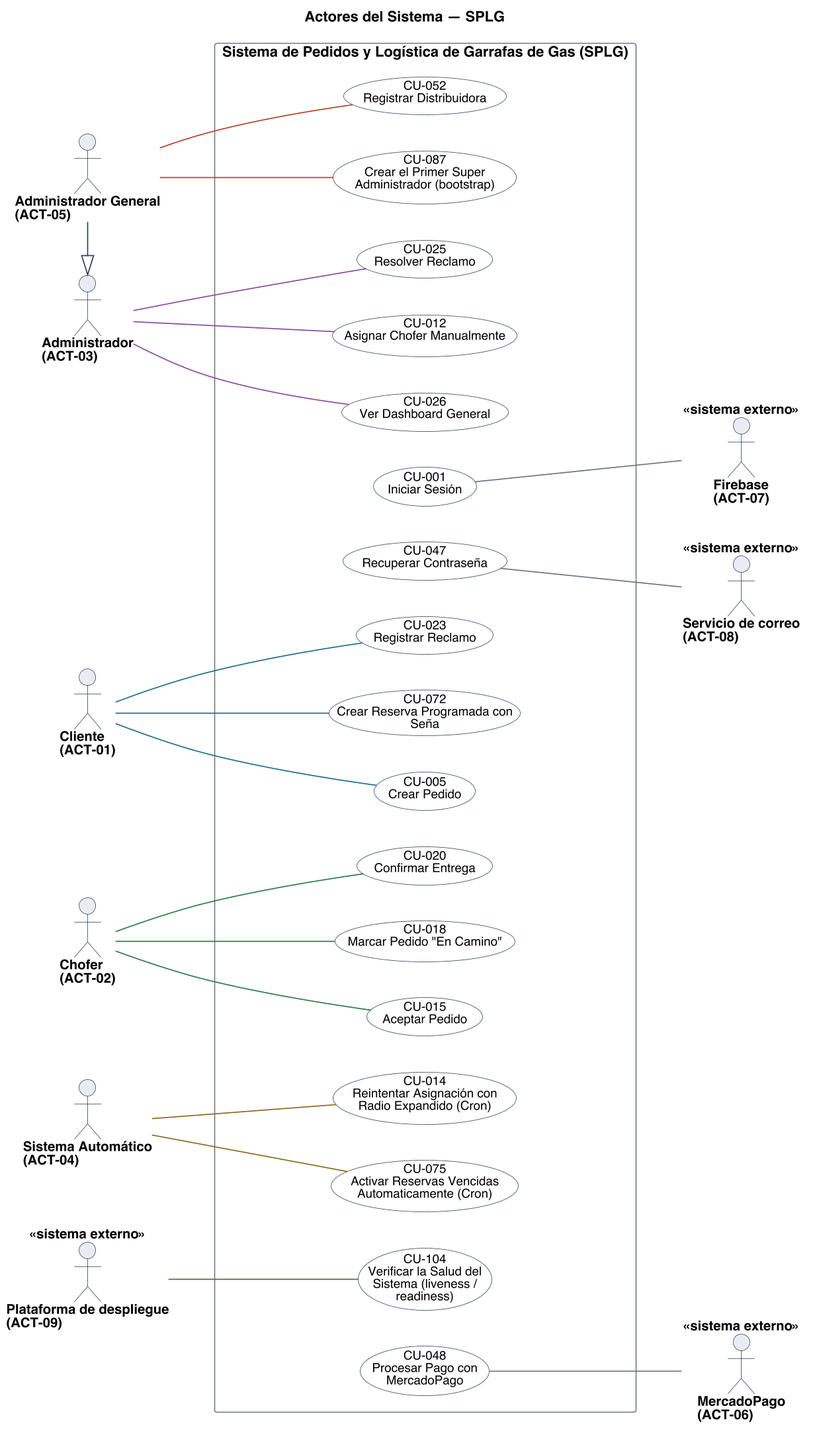
Above: diagramas/uml/CU_Sistema_Actores.png in Nahuelito-Dev/splg-docs (PlantUML), before the change. Source of this version:
```plantuml
@startuml
title Actores del Sistema — SPLG
left to right direction
skinparam backgroundColor #FFFFFF
skinparam shadowing false
skinparam defaultFontName Helvetica
skinparam defaultFontSize 13
skinparam dpi 150
skinparam ArrowColor #2C4257
skinparam ArrowThickness 1.1
skinparam actor {
  BorderColor #2C4257
  BackgroundColor #E8EDF2
  FontSize 13
  FontStyle bold
}
skinparam usecase {
  BorderColor #2C4257
  BackgroundColor #FFFFFF
  FontSize 12
}
skinparam rectangle {
  BorderColor #6B7683
  FontSize 14
  FontStyle bold
}

actor "Cliente\n(ACT-01)" as A01
actor "Chofer\n(ACT-02)" as A02
actor "Administrador\n(ACT-03)" as A03
actor "Administrador General\n(ACT-05)" as A05
actor "Sistema Automático\n(ACT-04)" as A04
actor "MercadoPago\n(ACT-06)" as A06 <<sistema externo>>
actor "Firebase\n(ACT-07)" as A07 <<sistema externo>>
actor "Servicio de correo\n(ACT-08)" as A08 <<sistema externo>>
actor "Plataforma de despliegue\n(ACT-09)" as A09 <<sistema externo>>

rectangle "Sistema de Pedidos y Logística de Garrafas de Gas (SPLG)" {
  usecase "CU-001\nIniciar Sesión" as U001 #back:FFFFFF;line:2C4257
  usecase "CU-005\nCrear Pedido" as U005 #back:FFFFFF;line:2C4257
  usecase "CU-012\nAsignar Chofer Manualmente" as U012 #back:FFFFFF;line:2C4257
  usecase "CU-014\nReintentar Asignación con\nRadio Expandido (Cron)" as U014 #back:FFFFFF;line:2C4257
  usecase "CU-015\nAceptar Pedido" as U015 #back:FFFFFF;line:2C4257
  usecase "CU-018\nMarcar Pedido "En Camino"" as U018 #back:FFFFFF;line:2C4257
  usecase "CU-020\nConfirmar Entrega" as U020 #back:FFFFFF;line:2C4257
  usecase "CU-023\nRegistrar Reclamo" as U023 #back:FFFFFF;line:2C4257
  usecase "CU-025\nResolver Reclamo" as U025 #back:FFFFFF;line:2C4257
  usecase "CU-026\nVer Dashboard General" as U026 #back:FFFFFF;line:2C4257
  usecase "CU-047\nRecuperar Contraseña" as U047 #back:FFFFFF;line:2C4257
  usecase "CU-048\nProcesar Pago con\nMercadoPago" as U048 #back:FFFFFF;line:2C4257
  usecase "CU-052\nRegistrar Distribuidora" as U052 #back:FFFFFF;line:2C4257
  usecase "CU-072\nCrear Reserva Programada con\nSeña" as U072 #back:FFFFFF;line:2C4257
  usecase "CU-075\nActivar Reservas Vencidas\nAutomaticamente (Cron)" as U075 #back:FFFFFF;line:2C4257
  usecase "CU-087\nCrear el Primer Super\nAdministrador (bootstrap)" as U087 #back:FFFFFF;line:2C4257
  usecase "CU-104\nVerificar la Salud del\nSistema (liveness /\nreadiness)" as U104 #back:FFFFFF;line:2C4257
}

A01 -[#1F6F8B]- U005
A01 -[#1F6F8B]- U023
A01 -[#1F6F8B]- U072
A02 -[#2E7D46]- U015
A02 -[#2E7D46]- U018
A02 -[#2E7D46]- U020
A03 -[#8C4A9E]- U012
A03 -[#8C4A9E]- U025
A03 -[#8C4A9E]- U026
A05 -[#B4432B]- U052
A05 -[#B4432B]- U087
A04 -[#8A6D1F]- U014
A04 -[#8A6D1F]- U075
U048 -[#6B7683]- A06
U001 -[#6B7683]- A07
U047 -[#6B7683]- A08
A09 -[#4F6D3A]- U104

A05 -right-|> A03

@enduml
```
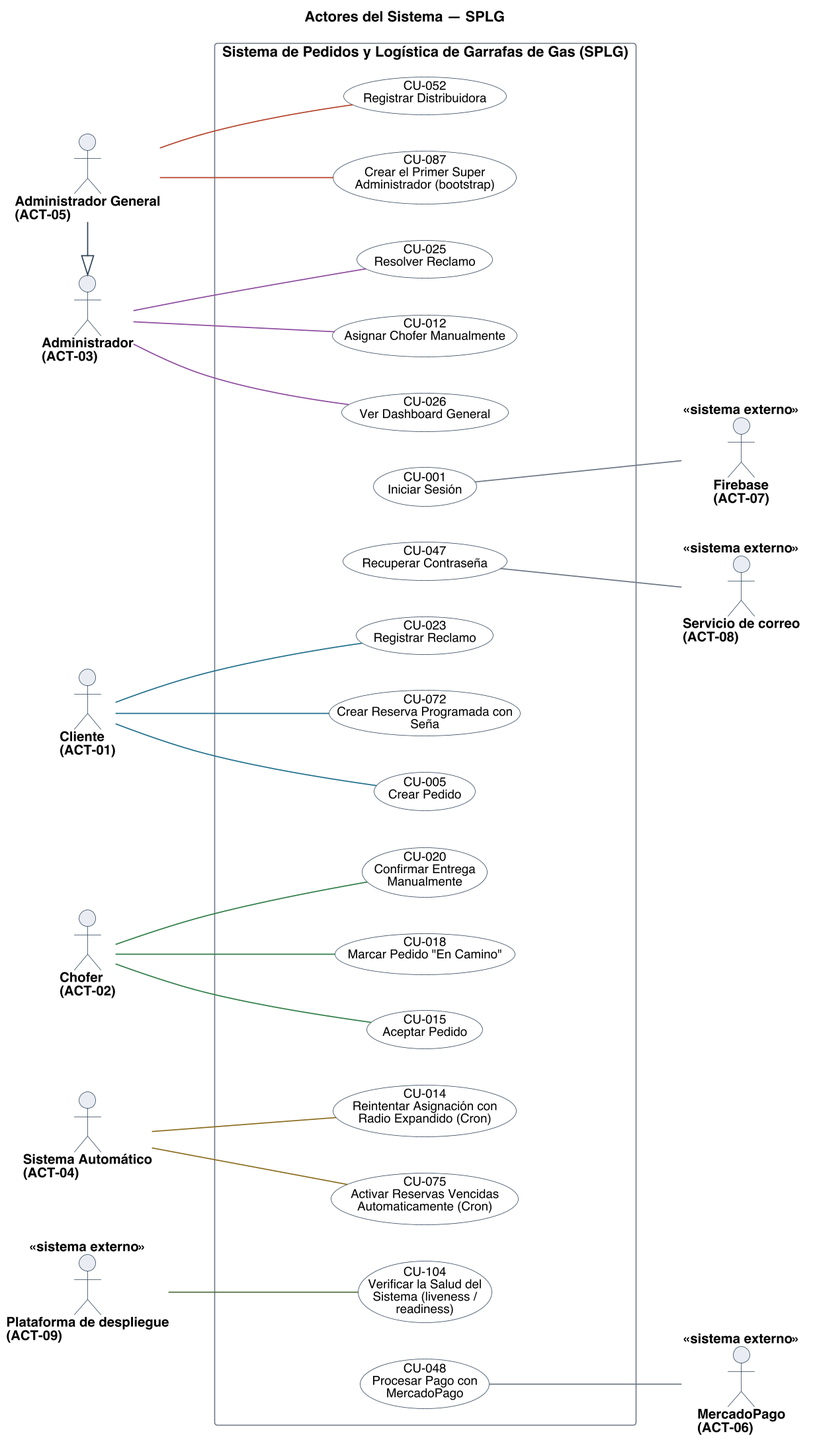
The same file after the commit.

Diff of the diagram source:
```diff
@@ -42,7 +42,7 @@
   usecase "CU-014\nReintentar Asignación con\nRadio Expandido (Cron)" as U014 #back:FFFFFF;line:2C4257
   usecase "CU-015\nAceptar Pedido" as U015 #back:FFFFFF;line:2C4257
   usecase "CU-018\nMarcar Pedido "En Camino"" as U018 #back:FFFFFF;line:2C4257
-  usecase "CU-020\nConfirmar Entrega" as U020 #back:FFFFFF;line:2C4257
+  usecase "CU-020\nConfirmar Entrega\nManualmente" as U020 #back:FFFFFF;line:2C4257
   usecase "CU-023\nRegistrar Reclamo" as U023 #back:FFFFFF;line:2C4257
   usecase "CU-025\nResolver Reclamo" as U025 #back:FFFFFF;line:2C4257
   usecase "CU-026\nVer Dashboard General" as U026 #back:FFFFFF;line:2C4257
```
